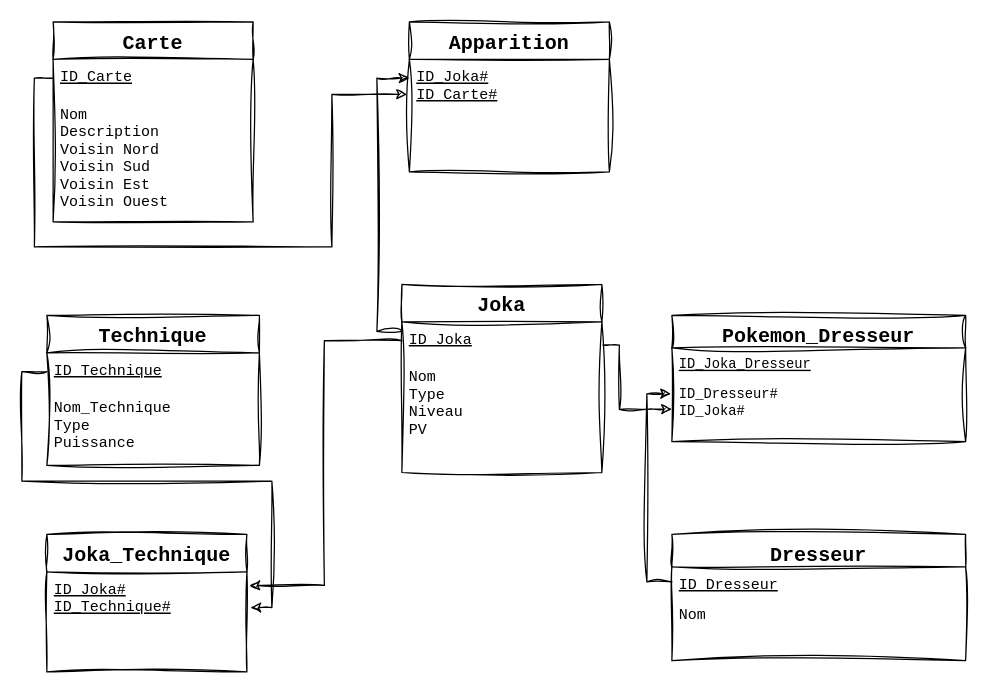
The draw.io diagram Ressources/Schéma Modèle Conceptuel de Données.drawio in J0ssel1n/KaJo-Capture, before the edit. Source tidied: cells renumbered, new cells numbered last; positions are measured from the earlier drawing's top-left corner, leaving out a move shared by most shapes. Both pictures are drawn from the tidied source at 125%, with x=0, y=0 at pixel (34, 21).
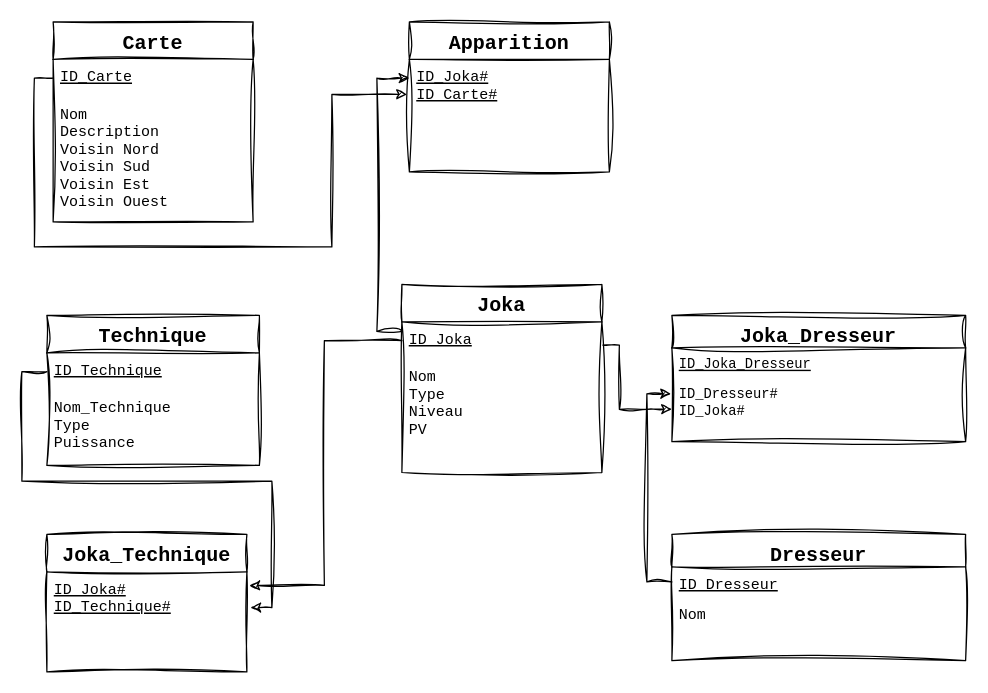
Above is the later version.

Commit message:
Update Modèle Conceptuel de Données.drawio

Diff of the diagram source:
```diff
@@
-    <mxCell id="6" value="Pokemon_Dresseur" style="swimlane;fontStyle=1;align=center;verticalAlign=top;horizontal=1;startSize=26;rounded=0;shadow=0;strokeWidth=1;fontFamily=Courier New;fontSize=16;sketch=1;curveFitting=1;jiggle=2;" parent="1" vertex="1">
+    <mxCell id="6" value="Joka_Dresseur" style="swimlane;fontStyle=1;align=center;verticalAlign=top;horizontal=1;startSize=26;rounded=0;shadow=0;strokeWidth=1;fontFamily=Courier New;fontSize=16;sketch=1;curveFitting=1;jiggle=2;" parent="1" vertex="1">
       <mxGeometry x="510" y="234.8" width="235" height="101" as="geometry" />
     </mxCell>
```
